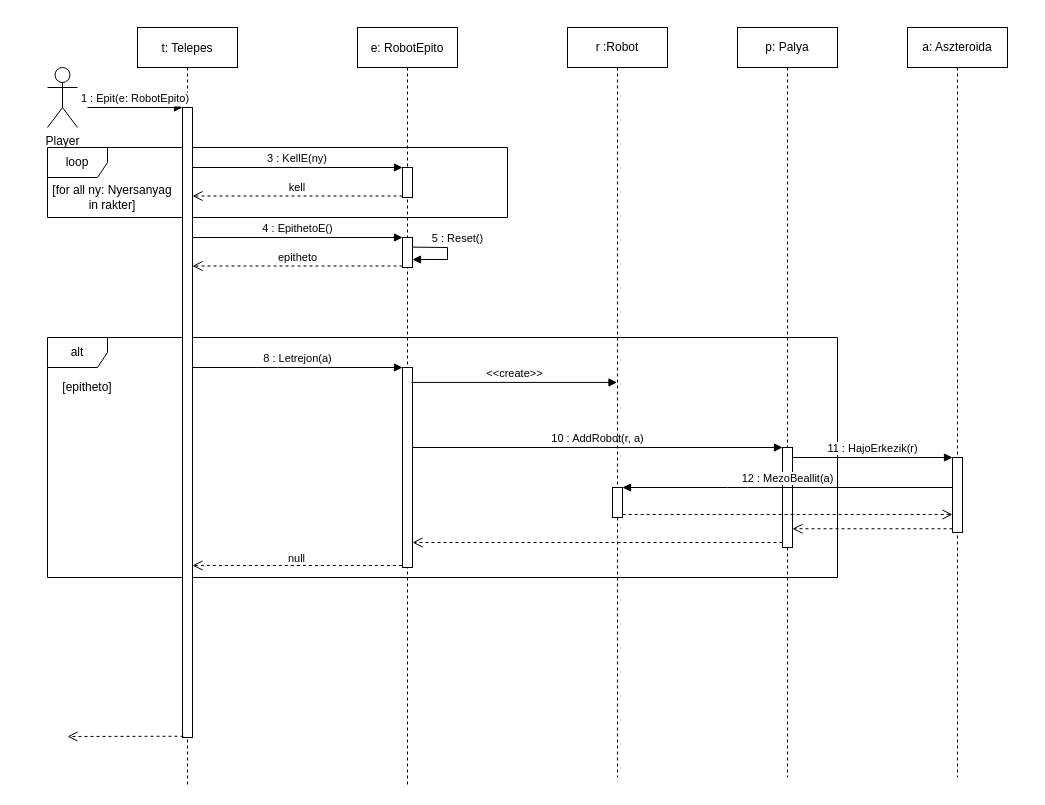
Above: doc/uml/szekvencia_robotEpit.drawio in torpeBoiGo/aszteroidabanyaszat (draw.io), before the change. Source tidied: cells renumbered, new cells numbered last; positions are measured from the earlier drawing's top-left corner, leaving out a move shared by most shapes. Both pictures are drawn from the tidied source at 100%, with x=0, y=0 at pixel (47, 27).
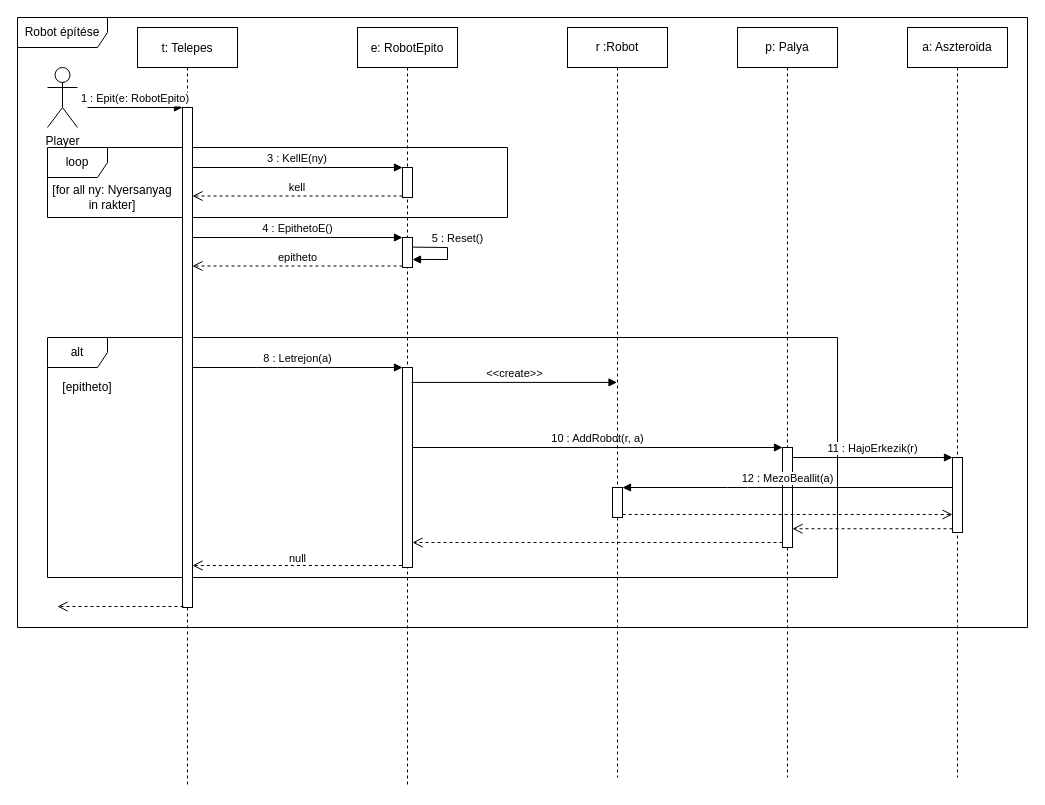
After the change.

Unchanged cells that the change refers to:
```xml
<mxCell id="5" value="t: Telepes" style="shape=umlLifeline;perimeter=lifelinePerimeter;rounded=0;shadow=0;strokeWidth=1;" parent="1" vertex="1">
  <mxGeometry x="90" width="100" height="760" as="geometry" />
</mxCell>
```

Change to the diagram source:
```diff
@@
     <mxCell id="7" style="html=1;points=[];perimeter=orthogonalPerimeter;" parent="5" vertex="1">
-      <mxGeometry x="45" y="80" width="10" height="630" as="geometry" />
+      <mxGeometry x="45" y="80" width="10" height="500" as="geometry" />
     </mxCell>
@@
     <mxCell id="28" style="html=1;verticalAlign=bottom;endArrow=open;dashed=1;endSize=8;exitX=0.1;exitY=0.998;exitDx=0;exitDy=0;exitPerimeter=0;" parent="1" edge="1" source="7">
       <mxGeometry relative="1" as="geometry">
-        <mxPoint x="20" y="709" as="targetPoint" />
+        <mxPoint x="10" y="579" as="targetPoint" />
       </mxGeometry>
     </mxCell>
@@
+    <mxCell id="36" value="Robot építése" style="shape=umlFrame;whiteSpace=wrap;html=1;width=90;height=30;" parent="1" vertex="1">
+      <mxGeometry x="-30" y="-10" width="1010" height="610" as="geometry" />
+    </mxCell>
```
